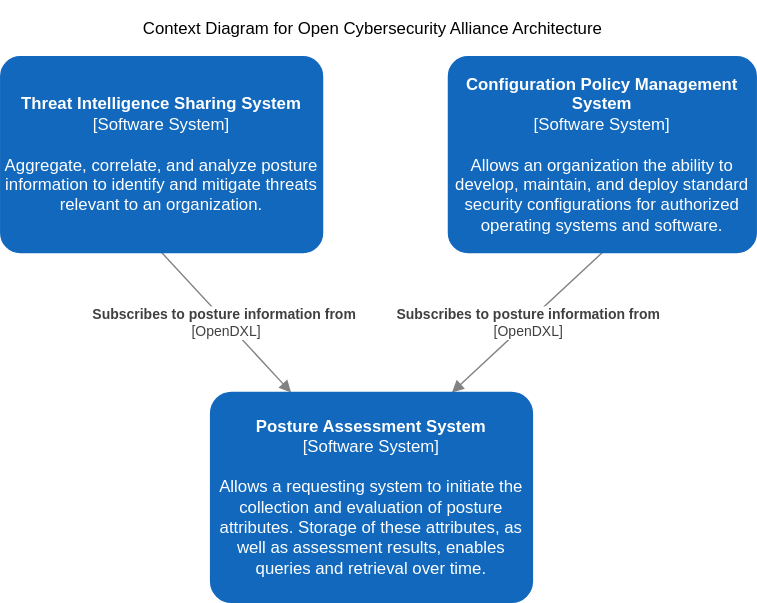
Above: Architecture Documents/scap-context.svg in opencybersecurityalliance/documentation (draw.io), before the change. Source tidied: cells renumbered, new cells last; positions are measured from the earlier drawing's top-left corner, leaving out a move shared by most shapes.
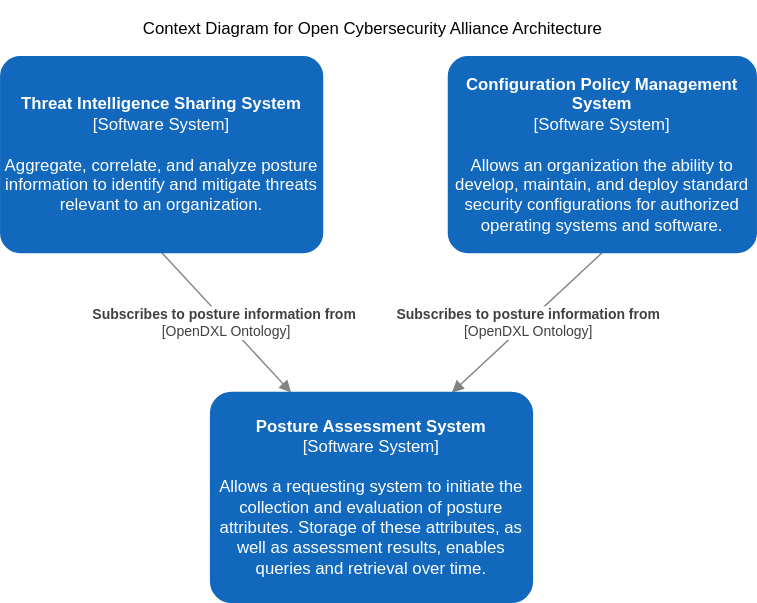
The same file after the commit.

Commit message:
OpenDXL to OpenDXL Ontology

The edit, as a diff of the source:
```diff
@@ -2,12 +2,12 @@
   <root>
     <mxCell id="0" />
     <mxCell id="1" parent="0" />
-    <object id="2" label="&lt;span style=&quot;font-size: 10px&quot;&gt;&lt;b&gt;Subscribes to posture information from&amp;nbsp;&lt;br&gt;&lt;/b&gt;[OpenDXL]&lt;br&gt;&lt;/span&gt;" name="Data Flow Item Name" placeholders="1" technology="HTTP">
+    <object id="2" label="&lt;span style=&quot;font-size: 10px&quot;&gt;&lt;b&gt;Subscribes to posture information from&amp;nbsp;&lt;br&gt;&lt;/b&gt;[OpenDXL Ontology]&lt;br&gt;&lt;/span&gt;" name="Data Flow Item Name" placeholders="1" technology="HTTP">
       <mxCell style="endArrow=block;html=1;fontSize=10;fontColor=#404040;strokeWidth=1;endFill=1;strokeColor=#828282;elbow=vertical;exitX=0.5;exitY=1;exitDx=0;exitDy=0;exitPerimeter=0;entryX=0.25;entryY=0;entryDx=0;entryDy=0;entryPerimeter=0;" parent="1" edge="1" source="5" target="6">
         <mxGeometry relative="1" as="geometry" />
       </mxCell>
     </object>
-    <object id="3" label="&lt;span style=&quot;font-size: 10px&quot;&gt;&lt;b&gt;Subscribes to posture information from&lt;br&gt;&lt;/b&gt;&lt;/span&gt;[OpenDXL]&lt;span style=&quot;font-size: 10px&quot;&gt;&lt;br&gt;&lt;/span&gt;" name="Data Flow Item Name" placeholders="1" technology="HTTP">
+    <object id="3" label="&lt;span style=&quot;font-size: 10px&quot;&gt;&lt;b&gt;Subscribes to posture information from&lt;br&gt;&lt;/b&gt;&lt;/span&gt;[OpenDXL Ontology]&lt;span style=&quot;font-size: 10px&quot;&gt;&lt;br&gt;&lt;/span&gt;" name="Data Flow Item Name" placeholders="1" technology="HTTP">
       <mxCell style="endArrow=block;html=1;fontSize=10;fontColor=#404040;strokeWidth=1;endFill=1;strokeColor=#828282;elbow=vertical;entryX=0.75;entryY=0;entryDx=0;entryDy=0;entryPerimeter=0;exitX=0.5;exitY=1;exitDx=0;exitDy=0;exitPerimeter=0;" parent="1" edge="1" source="7" target="6">
         <mxGeometry relative="1" as="geometry" />
       </mxCell>
```
